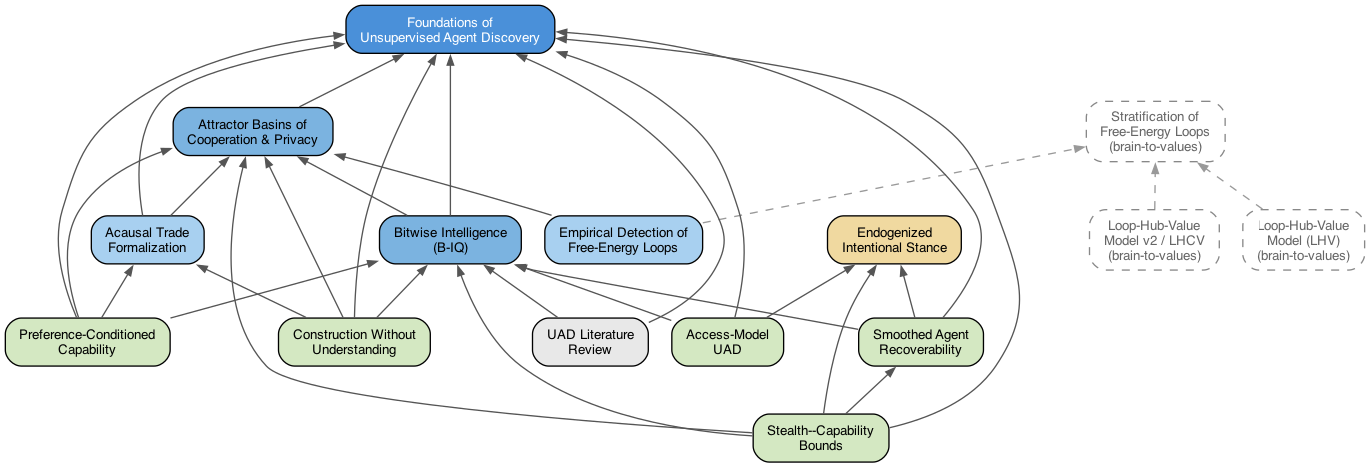
Earlier version of the Graphviz export docs/papers/paper-dependencies.png (GunnarZarncke/agency-detect). Its source is kept beside it as docs/papers/paper-dependencies.dot.
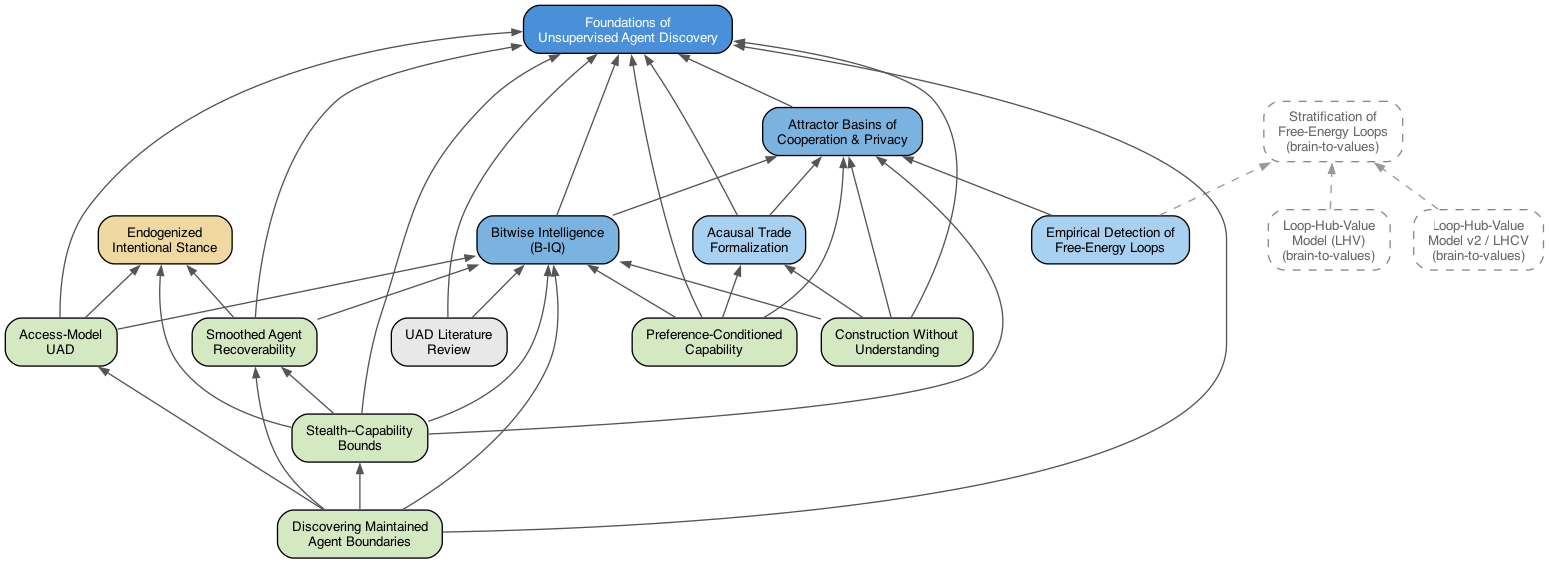
Later version of the same file.

Commit message:
Add maintained-blanket paper to the UAD series

Diff of the diagram source:
```diff
@@ -15,6 +15,7 @@
     ACC  [label="Access-Model\nUAD", fillcolor="#D4E8C2"];
     SCB  [label="Stealth--Capability\nBounds", fillcolor="#D4E8C2"];
     SMU  [label="Smoothed Agent\nRecoverability", fillcolor="#D4E8C2"];
+    MBU  [label="Discovering Maintained\nAgent Boundaries", fillcolor="#D4E8C2"];
     PCC  [label="Preference-Conditioned\nCapability", fillcolor="#D4E8C2"];
     CWU  [label="Construction Without\nUnderstanding", fillcolor="#D4E8C2"];
     LIT  [label="UAD Literature\nReview", fillcolor="#E8E8E8"];
@@ -63,4 +64,10 @@
     SMU -> UAD;
     SMU -> BIQ;
     SMU -> EIS;
+
+    MBU -> UAD;
+    MBU -> BIQ;
+    MBU -> ACC;
+    MBU -> SMU;
+    MBU -> SCB;
 }
```
